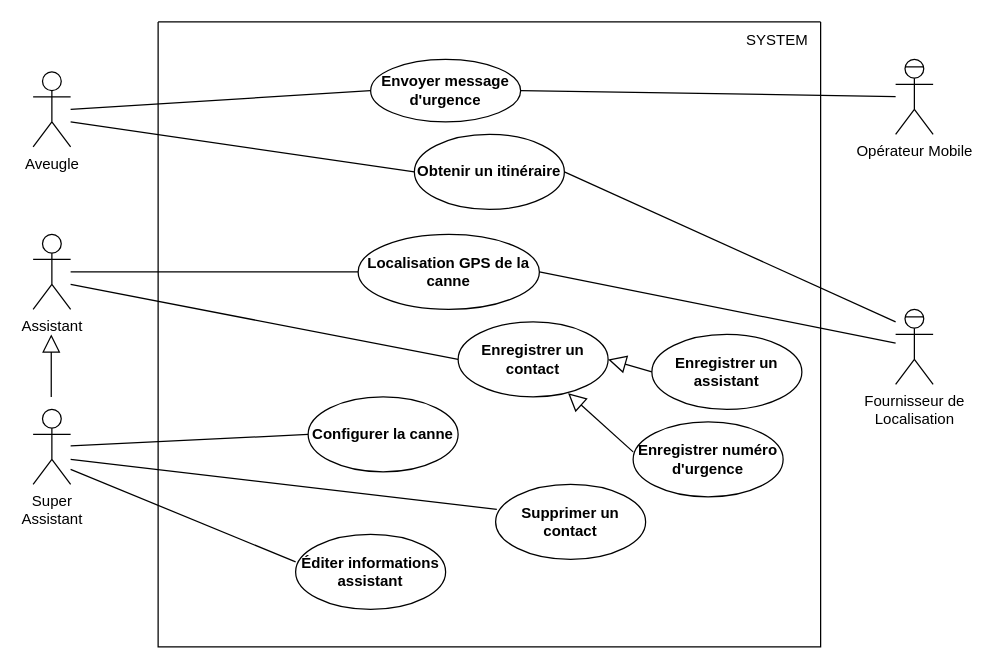
This is DIagrammes UML/4. Cas d'utilisation.drawio from JerMa25/OPEN-EYES, a draw.io file, before an edit. Source tidied: cells renumbered, new cells numbered last; positions are measured from the earlier drawing's top-left corner, leaving out a move shared by most shapes. Both pictures are drawn from the tidied source at 125%, with x=0, y=0 at pixel (32, 21).
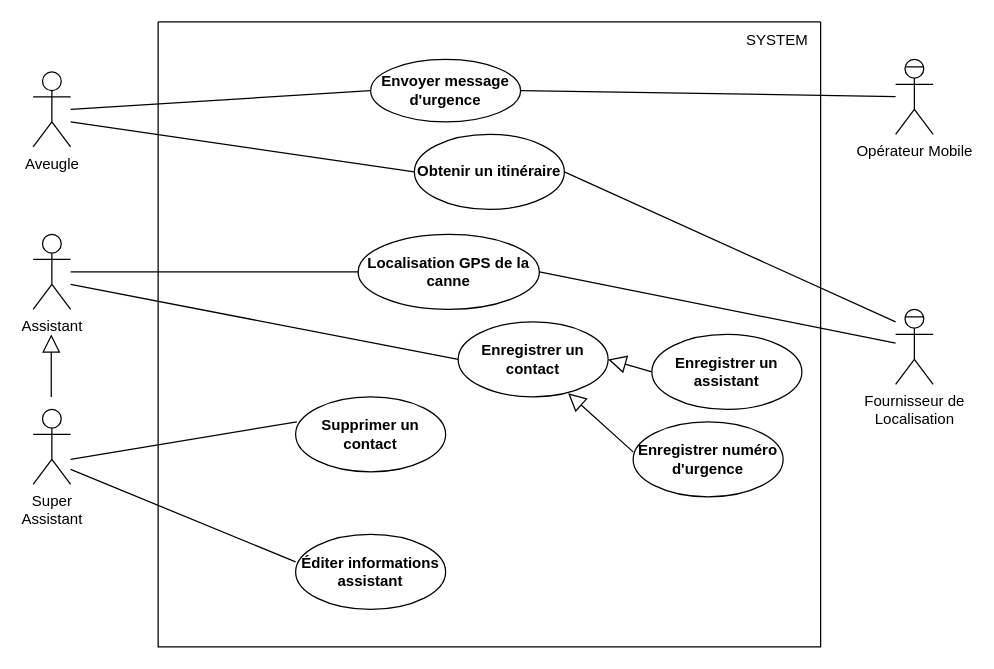
Above is the later version.

Commit message (it also covers changes not shown here):
DIagramme de classe + cas d'utilisation (NEW)

Unchanged cells that the change refers to:
```xml
<mxCell id="2" style="swimlane;startSize=0;" parent="1" vertex="1">
  <mxGeometry x="100" width="530" height="500" as="geometry" />
</mxCell>
<mxCell id="17" value="Super&lt;div&gt;Assistant&lt;/div&gt;" style="shape=umlActor;verticalLabelPosition=bottom;verticalAlign=top;html=1;outlineConnect=0;" parent="1" vertex="1">
  <mxGeometry y="310" width="30" height="60" as="geometry" />
</mxCell>
```

The edit, as a diff of the source:
```diff
@@
     <mxCell id="8" value="&lt;b&gt;Supprimer un contact&lt;/b&gt;" style="ellipse;whiteSpace=wrap;html=1;" parent="2" vertex="1">
-      <mxGeometry x="270" y="370" width="120" height="60" as="geometry" />
+      <mxGeometry x="110" y="300" width="120" height="60" as="geometry" />
     </mxCell>
-    <mxCell id="9" value="&lt;b&gt;Configurer la canne&lt;/b&gt;" style="ellipse;whiteSpace=wrap;html=1;" parent="2" vertex="1">
-      <mxGeometry x="120" y="300" width="120" height="60" as="geometry" />
-    </mxCell>
@@
-    <mxCell id="30" style="endArrow=none;html=1;rounded=0;entryX=0;entryY=0.5;entryDx=0;entryDy=0;" parent="1" edge="1" source="17" target="9">
-      <mxGeometry relative="1" as="geometry" />
-    </mxCell>
```
